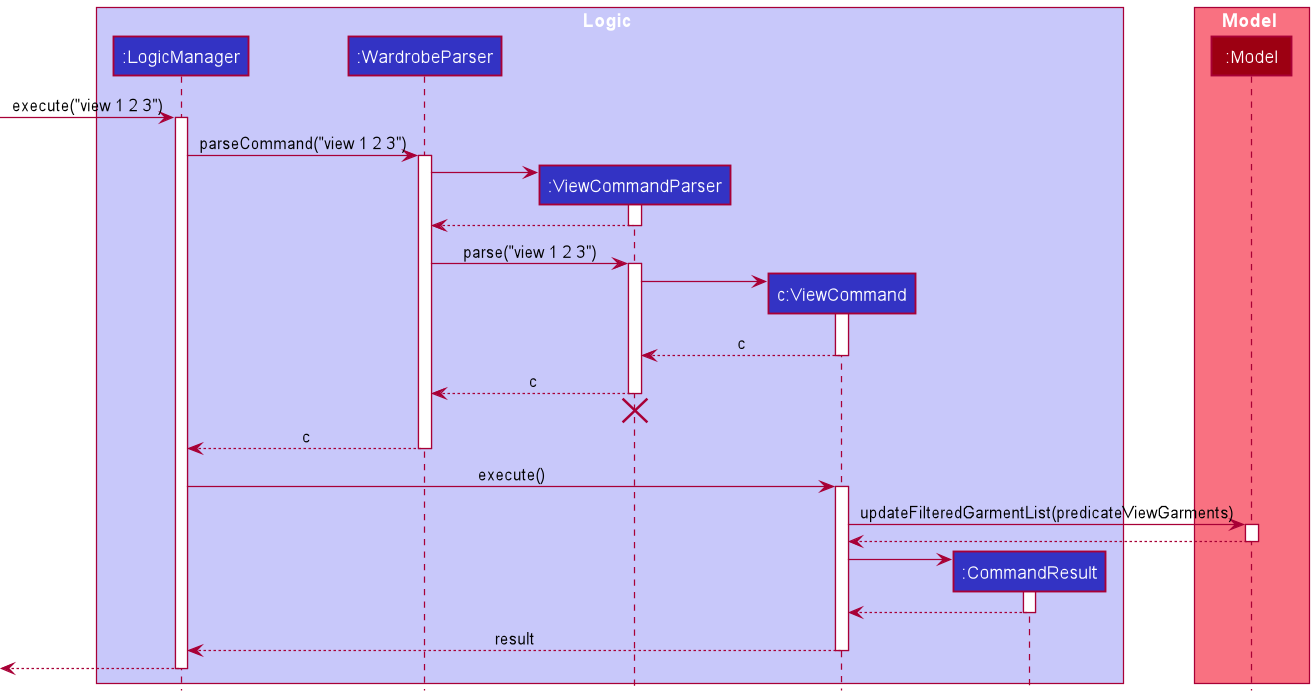
Before: docs/images/ViewSequenceDiagram.png, a diagram exported from PlantUML (nus-cs2103-AY2021S2/tp).
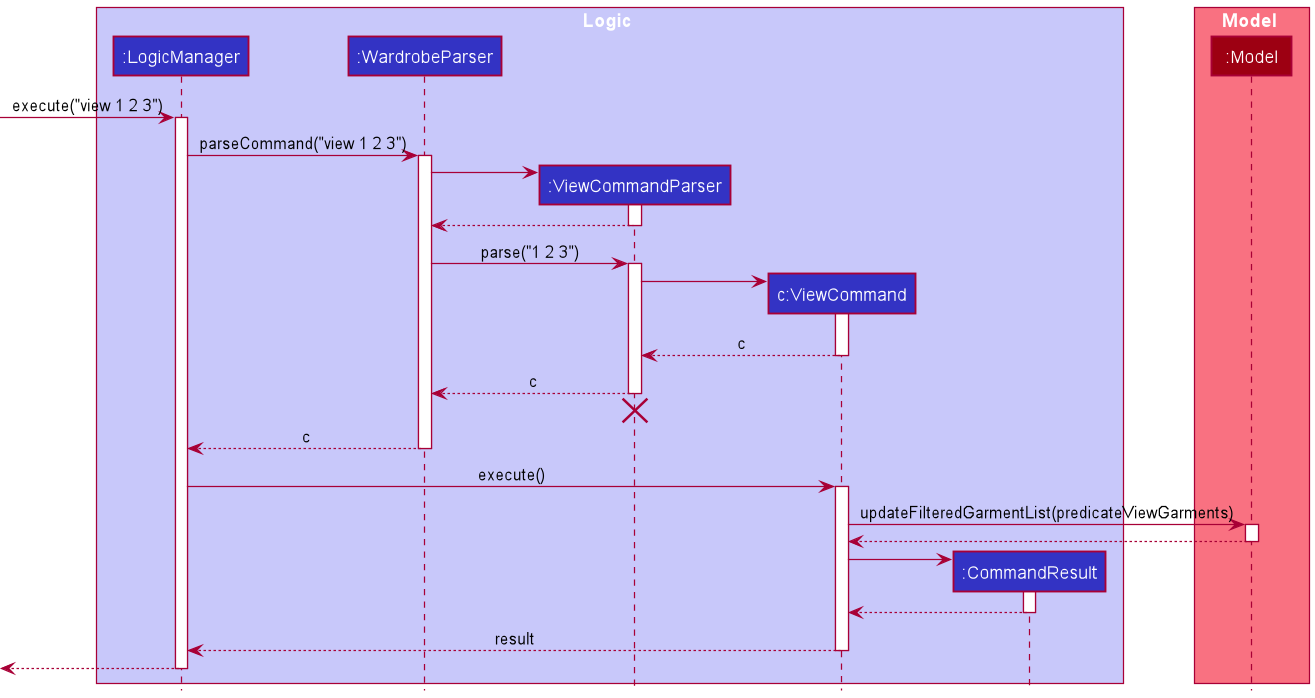
After the change.

What changed in the source:
```diff
@@ -26,7 +26,7 @@
 ViewCommandParser --> WardrobeParser
 deactivate ViewCommandParser
 
-WardrobeParser -> ViewCommandParser : parse("view 1 2 3")
+WardrobeParser -> ViewCommandParser : parse("1 2 3")
 activate ViewCommandParser
 
 create ViewCommand
```
